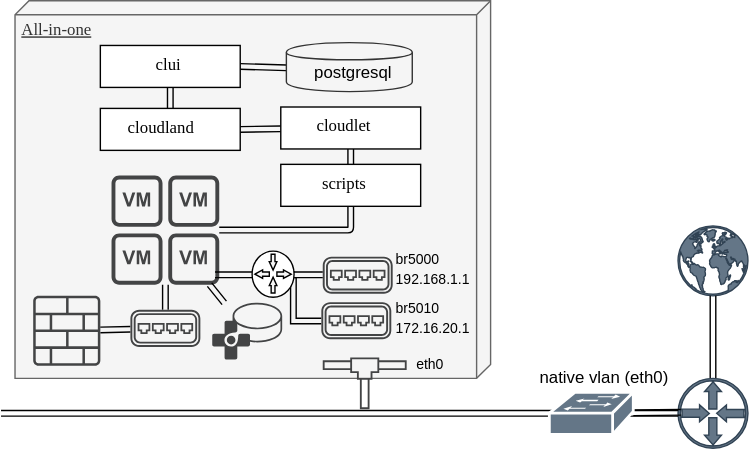
Earlier version of the draw.io export web/allinone.svg (Catherine2019/cloudland). Source tidied: cells renumbered, new cells last; positions are measured from the earlier drawing's top-left corner, leaving out a move shared by most shapes.
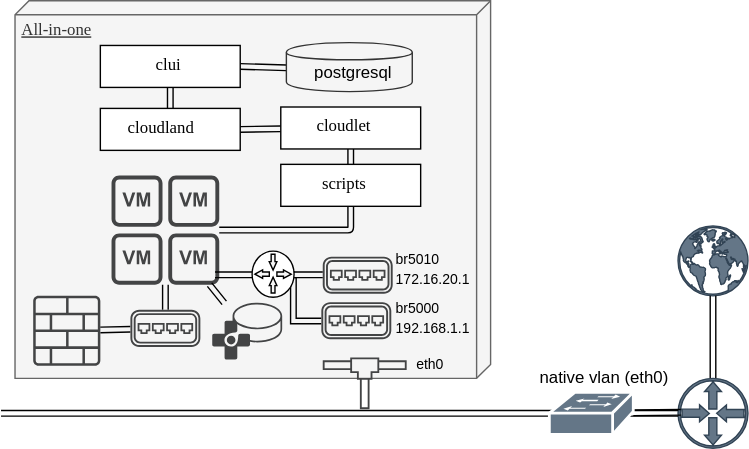
The same file after the commit.

Diff of the diagram source:
```diff
@@ -85,10 +85,10 @@
     <mxCell id="28" style="shadow=0;dashed=0;html=1;strokeColor=none;fillColor=#434445;labelPosition=center;verticalLabelPosition=bottom;verticalAlign=top;align=center;outlineConnect=0;shape=mxgraph.vvd.virtual_switch;" parent="1" vertex="1">
       <mxGeometry x="230" y="183" width="50" height="26.5" as="geometry" />
     </mxCell>
-    <mxCell id="29" value="&lt;div align=&quot;left&quot;&gt;&lt;font style=&quot;font-size: 10px&quot;&gt;br5000&lt;/font&gt;&lt;br&gt;&lt;font style=&quot;font-size: 10px&quot;&gt;192.168.1.1&lt;/font&gt;&lt;/div&gt;" style="text;html=1;strokeColor=none;fillColor=none;align=center;verticalAlign=middle;whiteSpace=wrap;rounded=0;" parent="1" vertex="1">
+    <mxCell id="29" value="&lt;div align=&quot;left&quot;&gt;&lt;font style=&quot;font-size: 10px&quot;&gt;br5010&lt;/font&gt;&lt;br&gt;&lt;font style=&quot;font-size: 10px&quot;&gt;172.16.20.1&lt;/font&gt;&lt;/div&gt;" style="text;html=1;strokeColor=none;fillColor=none;align=center;verticalAlign=middle;whiteSpace=wrap;rounded=0;" parent="1" vertex="1">
       <mxGeometry x="288" y="183" width="40" height="20" as="geometry" />
     </mxCell>
-    <mxCell id="30" value="&lt;div align=&quot;left&quot;&gt;&lt;font style=&quot;font-size: 10px&quot;&gt;br5010&lt;/font&gt;&lt;br&gt;&lt;font style=&quot;font-size: 10px&quot;&gt;172.16.20.1&lt;/font&gt;&lt;/div&gt;" style="text;html=1;strokeColor=none;fillColor=none;align=center;verticalAlign=middle;whiteSpace=wrap;rounded=0;" parent="1" vertex="1">
+    <mxCell id="30" value="&lt;div align=&quot;left&quot;&gt;&lt;font style=&quot;font-size: 10px&quot;&gt;br5000&lt;/font&gt;&lt;br&gt;&lt;font style=&quot;font-size: 10px&quot;&gt;192.168.1.1&lt;/font&gt;&lt;/div&gt;" style="text;html=1;strokeColor=none;fillColor=none;align=center;verticalAlign=middle;whiteSpace=wrap;rounded=0;" parent="1" vertex="1">
       <mxGeometry x="288" y="218" width="40" height="20" as="geometry" />
     </mxCell>
     <mxCell id="31" value="&lt;font style=&quot;font-size: 10px&quot;&gt;eth0&lt;/font&gt;" style="text;html=1;strokeColor=none;fillColor=none;align=center;verticalAlign=middle;whiteSpace=wrap;rounded=0;" parent="1" vertex="1">
```
